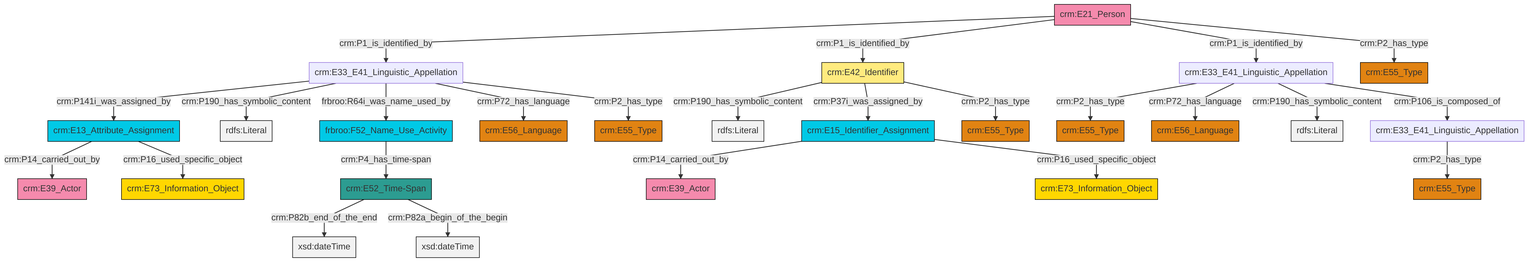
Above: et/personCSV/ttl/mmd/png/Person_Names_and_Classification.png in swiss-art-research-net/reference-data-models (Mermaid), before the change. Its source is kept beside it as et/personCSV/ttl/mmd/Person_Names_and_Classification.ttl.mmd.
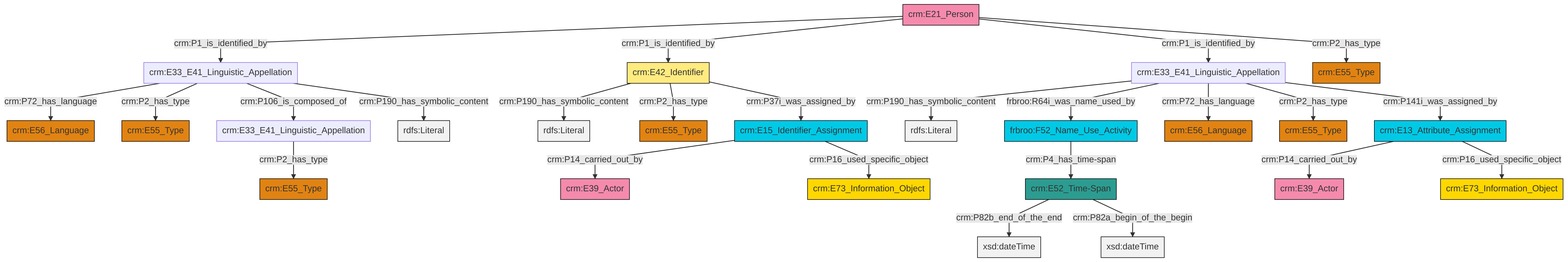
The same file after the commit.

Diff of the diagram source:
```diff
@@ -14,26 +14,26 @@
 classDef Multi fill:#cccccc,stroke:#000000;
 
 4["crm:E42_Identifier"]:::Appellation -->|crm:P190_has_symbolic_content| 5[rdfs:Literal]:::Literal
-6["crm:E21_Person"]:::Actor -->|crm:P1_is_identified_by| 7["crm:E33_E41_Linguistic_Appellation"]:::Default
-8["crm:E15_Identifier_Assignment"]:::Temporal_Entity -->|crm:P14_carried_out_by| 9["crm:E39_Actor"]:::Actor
-6["crm:E21_Person"]:::Actor -->|crm:P1_is_identified_by| 4["crm:E42_Identifier"]:::Appellation
-17["crm:E33_E41_Linguistic_Appellation"]:::Default -->|crm:P2_has_type| 15["crm:E55_Type"]:::Type
-10["crm:E52_Time-Span"]:::Time-Span -->|crm:P82b_end_of_the_end| 20[xsd:dateTime]:::Literal
-7["crm:E33_E41_Linguistic_Appellation"]:::Default -->|crm:P141i_was_assigned_by| 2["crm:E13_Attribute_Assignment"]:::Temporal_Entity
-17["crm:E33_E41_Linguistic_Appellation"]:::Default -->|crm:P72_has_language| 21["crm:E56_Language"]:::Type
-7["crm:E33_E41_Linguistic_Appellation"]:::Default -->|crm:P190_has_symbolic_content| 24[rdfs:Literal]:::Literal
-25["crm:E33_E41_Linguistic_Appellation"]:::Default -->|crm:P2_has_type| 26["crm:E55_Type"]:::Type
-17["crm:E33_E41_Linguistic_Appellation"]:::Default -->|crm:P190_has_symbolic_content| 27[rdfs:Literal]:::Literal
-17["crm:E33_E41_Linguistic_Appellation"]:::Default -->|crm:P106_is_composed_of| 25["crm:E33_E41_Linguistic_Appellation"]:::Default
-7["crm:E33_E41_Linguistic_Appellation"]:::Default -->|frbroo:R64i_was_name_used_by| 18["frbroo:F52_Name_Use_Activity"]:::Temporal_Entity
-2["crm:E13_Attribute_Assignment"]:::Temporal_Entity -->|crm:P14_carried_out_by| 34["crm:E39_Actor"]:::Actor
-7["crm:E33_E41_Linguistic_Appellation"]:::Default -->|crm:P72_has_language| 0["crm:E56_Language"]:::Type
-18["frbroo:F52_Name_Use_Activity"]:::Temporal_Entity -->|crm:P4_has_time-span| 10["crm:E52_Time-Span"]:::Time-Span
-8["crm:E15_Identifier_Assignment"]:::Temporal_Entity -->|crm:P16_used_specific_object| 32["crm:E73_Information_Object"]:::Conceptual_Object
-4["crm:E42_Identifier"]:::Appellation -->|crm:P37i_was_assigned_by| 8["crm:E15_Identifier_Assignment"]:::Temporal_Entity
-7["crm:E33_E41_Linguistic_Appellation"]:::Default -->|crm:P2_has_type| 41["crm:E55_Type"]:::Type
-6["crm:E21_Person"]:::Actor -->|crm:P1_is_identified_by| 17["crm:E33_E41_Linguistic_Appellation"]:::Default
-2["crm:E13_Attribute_Assignment"]:::Temporal_Entity -->|crm:P16_used_specific_object| 35["crm:E73_Information_Object"]:::Conceptual_Object
-4["crm:E42_Identifier"]:::Appellation -->|crm:P2_has_type| 22["crm:E55_Type"]:::Type
-10["crm:E52_Time-Span"]:::Time-Span -->|crm:P82a_begin_of_the_begin| 43[xsd:dateTime]:::Literal
-6["crm:E21_Person"]:::Actor -->|crm:P2_has_type| 13["crm:E55_Type"]:::Type
+6["crm:E15_Identifier_Assignment"]:::Temporal_Entity -->|crm:P14_carried_out_by| 0["crm:E39_Actor"]:::Actor
+7["crm:E21_Person"]:::Actor -->|crm:P1_is_identified_by| 8["crm:E33_E41_Linguistic_Appellation"]:::Default
+7["crm:E21_Person"]:::Actor -->|crm:P1_is_identified_by| 4["crm:E42_Identifier"]:::Appellation
+4["crm:E42_Identifier"]:::Appellation -->|crm:P2_has_type| 20["crm:E55_Type"]:::Type
+8["crm:E33_E41_Linguistic_Appellation"]:::Default -->|crm:P72_has_language| 23["crm:E56_Language"]:::Type
+25["crm:E13_Attribute_Assignment"]:::Temporal_Entity -->|crm:P14_carried_out_by| 21["crm:E39_Actor"]:::Actor
+4["crm:E42_Identifier"]:::Appellation -->|crm:P37i_was_assigned_by| 6["crm:E15_Identifier_Assignment"]:::Temporal_Entity
+7["crm:E21_Person"]:::Actor -->|crm:P1_is_identified_by| 28["crm:E33_E41_Linguistic_Appellation"]:::Default
+7["crm:E21_Person"]:::Actor -->|crm:P2_has_type| 29["crm:E55_Type"]:::Type
+32["crm:E52_Time-Span"]:::Time-Span -->|crm:P82b_end_of_the_end| 33[xsd:dateTime]:::Literal
+28["crm:E33_E41_Linguistic_Appellation"]:::Default -->|crm:P190_has_symbolic_content| 35[rdfs:Literal]:::Literal
+8["crm:E33_E41_Linguistic_Appellation"]:::Default -->|crm:P2_has_type| 9["crm:E55_Type"]:::Type
+6["crm:E15_Identifier_Assignment"]:::Temporal_Entity -->|crm:P16_used_specific_object| 18["crm:E73_Information_Object"]:::Conceptual_Object
+25["crm:E13_Attribute_Assignment"]:::Temporal_Entity -->|crm:P16_used_specific_object| 15["crm:E73_Information_Object"]:::Conceptual_Object
+28["crm:E33_E41_Linguistic_Appellation"]:::Default -->|frbroo:R64i_was_name_used_by| 13["frbroo:F52_Name_Use_Activity"]:::Temporal_Entity
+32["crm:E52_Time-Span"]:::Time-Span -->|crm:P82a_begin_of_the_begin| 41[xsd:dateTime]:::Literal
+8["crm:E33_E41_Linguistic_Appellation"]:::Default -->|crm:P106_is_composed_of| 38["crm:E33_E41_Linguistic_Appellation"]:::Default
+28["crm:E33_E41_Linguistic_Appellation"]:::Default -->|crm:P72_has_language| 30["crm:E56_Language"]:::Type
+8["crm:E33_E41_Linguistic_Appellation"]:::Default -->|crm:P190_has_symbolic_content| 45[rdfs:Literal]:::Literal
+28["crm:E33_E41_Linguistic_Appellation"]:::Default -->|crm:P2_has_type| 11["crm:E55_Type"]:::Type
+28["crm:E33_E41_Linguistic_Appellation"]:::Default -->|crm:P141i_was_assigned_by| 25["crm:E13_Attribute_Assignment"]:::Temporal_Entity
+38["crm:E33_E41_Linguistic_Appellation"]:::Default -->|crm:P2_has_type| 2["crm:E55_Type"]:::Type
+13["frbroo:F52_Name_Use_Activity"]:::Temporal_Entity -->|crm:P4_has_time-span| 32["crm:E52_Time-Span"]:::Time-Span
```
